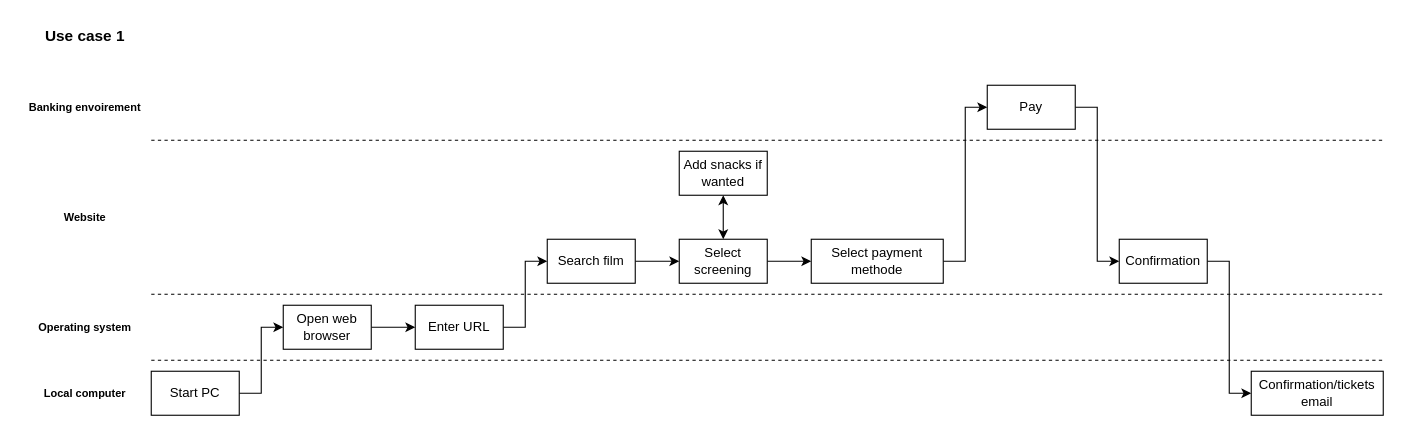
BasGosman-Calco/Business-Analyses keeps this draw.io diagram as Use case 1.drawio. Above is the earlier version. Source tidied: cells renumbered, new cells numbered last; positions are measured from the earlier drawing's top-left corner, leaving out a move shared by most shapes. Both pictures are drawn from the tidied source at 110%, with x=0, y=0 at pixel (19, 19).
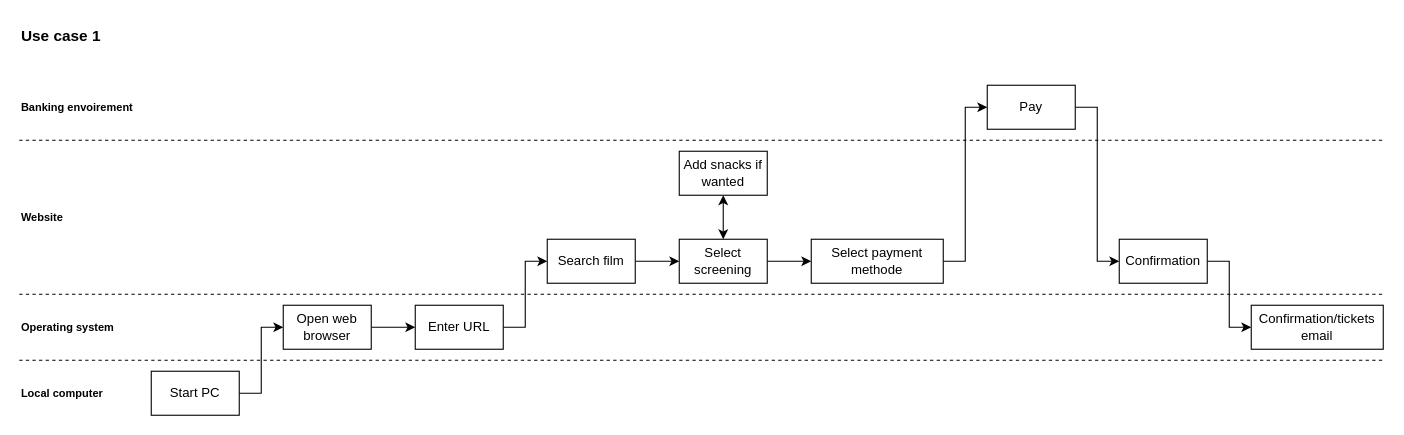
After the change.

What changed in the source:
```diff
@@
-    <mxCell id="4" value="&lt;b&gt;&lt;font style=&quot;font-size: 14px;&quot;&gt;Use case 1&lt;/font&gt;&lt;/b&gt;" style="text;html=1;strokeColor=none;fillColor=none;align=center;verticalAlign=middle;whiteSpace=wrap;rounded=0;" parent="1" vertex="1">
+    <mxCell id="4" value="&lt;b&gt;&lt;font style=&quot;font-size: 14px;&quot;&gt;Use case 1&lt;/font&gt;&lt;/b&gt;" style="text;html=1;strokeColor=none;fillColor=none;align=left;verticalAlign=middle;whiteSpace=wrap;rounded=0;" parent="1" vertex="1">
       <mxGeometry width="120" height="30" as="geometry" />
     </mxCell>
@@
     <mxCell id="21" value="&lt;div&gt;Confirmation/tickets email&lt;/div&gt;" style="rounded=0;whiteSpace=wrap;html=1;" parent="1" vertex="1">
-      <mxGeometry x="1120" y="320" width="120" height="40" as="geometry" />
+      <mxGeometry x="1120" y="260" width="120" height="40" as="geometry" />
     </mxCell>
     <mxCell id="22" style="endArrow=none;dashed=1;html=1;rounded=0;" parent="1" edge="1">
       <mxGeometry relative="1" as="geometry">
-        <mxPoint x="120" y="250" as="sourcePoint" />
+        <mxPoint y="250" as="sourcePoint" />
         <mxPoint x="1240" y="250" as="targetPoint" />
       </mxGeometry>
     </mxCell>
     <mxCell id="23" style="endArrow=none;dashed=1;html=1;rounded=0;" parent="1" edge="1">
       <mxGeometry relative="1" as="geometry">
-        <mxPoint x="120" y="310" as="sourcePoint" />
+        <mxPoint y="310" as="sourcePoint" />
         <mxPoint x="1240" y="310" as="targetPoint" />
       </mxGeometry>
     </mxCell>
     <mxCell id="24" style="endArrow=none;dashed=1;html=1;rounded=0;" parent="1" edge="1">
       <mxGeometry relative="1" as="geometry">
-        <mxPoint x="120" y="110" as="sourcePoint" />
+        <mxPoint y="110" as="sourcePoint" />
         <mxPoint x="1240" y="110" as="targetPoint" />
       </mxGeometry>
     </mxCell>
-    <mxCell id="25" value="&lt;font size=&quot;1&quot;&gt;&lt;b&gt;Website&lt;/b&gt;&lt;/font&gt;" style="text;html=1;strokeColor=none;fillColor=none;align=center;verticalAlign=middle;whiteSpace=wrap;rounded=0;" parent="1" vertex="1">
+    <mxCell id="25" value="&lt;font size=&quot;1&quot;&gt;&lt;b&gt;Website&lt;/b&gt;&lt;/font&gt;" style="text;html=1;strokeColor=none;fillColor=none;align=left;verticalAlign=middle;whiteSpace=wrap;rounded=0;" parent="1" vertex="1">
       <mxGeometry y="165" width="120" height="30" as="geometry" />
     </mxCell>
-    <mxCell id="26" value="&lt;font size=&quot;1&quot;&gt;&lt;b&gt;Local computer&lt;br&gt;&lt;/b&gt;&lt;/font&gt;" style="text;html=1;strokeColor=none;fillColor=none;align=center;verticalAlign=middle;whiteSpace=wrap;rounded=0;" parent="1" vertex="1">
+    <mxCell id="26" value="&lt;font size=&quot;1&quot;&gt;&lt;b&gt;Local computer&lt;br&gt;&lt;/b&gt;&lt;/font&gt;" style="text;html=1;strokeColor=none;fillColor=none;align=left;verticalAlign=middle;whiteSpace=wrap;rounded=0;" parent="1" vertex="1">
       <mxGeometry y="325" width="120" height="30" as="geometry" />
     </mxCell>
-    <mxCell id="27" value="&lt;font size=&quot;1&quot;&gt;&lt;b&gt;Operating system&lt;br&gt;&lt;/b&gt;&lt;/font&gt;" style="text;html=1;strokeColor=none;fillColor=none;align=center;verticalAlign=middle;whiteSpace=wrap;rounded=0;" parent="1" vertex="1">
+    <mxCell id="27" value="&lt;font size=&quot;1&quot;&gt;&lt;b&gt;Operating system&lt;br&gt;&lt;/b&gt;&lt;/font&gt;" style="text;html=1;strokeColor=none;fillColor=none;align=left;verticalAlign=middle;whiteSpace=wrap;rounded=0;" parent="1" vertex="1">
       <mxGeometry y="265" width="120" height="30" as="geometry" />
     </mxCell>
-    <mxCell id="28" value="&lt;font size=&quot;1&quot;&gt;&lt;b&gt;Banking envoirement&lt;br&gt;&lt;/b&gt;&lt;/font&gt;" style="text;html=1;strokeColor=none;fillColor=none;align=center;verticalAlign=middle;whiteSpace=wrap;rounded=0;" parent="1" vertex="1">
+    <mxCell id="28" value="&lt;font size=&quot;1&quot;&gt;&lt;b&gt;Banking envoirement&lt;br&gt;&lt;/b&gt;&lt;/font&gt;" style="text;html=1;strokeColor=none;fillColor=none;align=left;verticalAlign=middle;whiteSpace=wrap;rounded=0;" parent="1" vertex="1">
       <mxGeometry y="65" width="120" height="30" as="geometry" />
     </mxCell>
```
